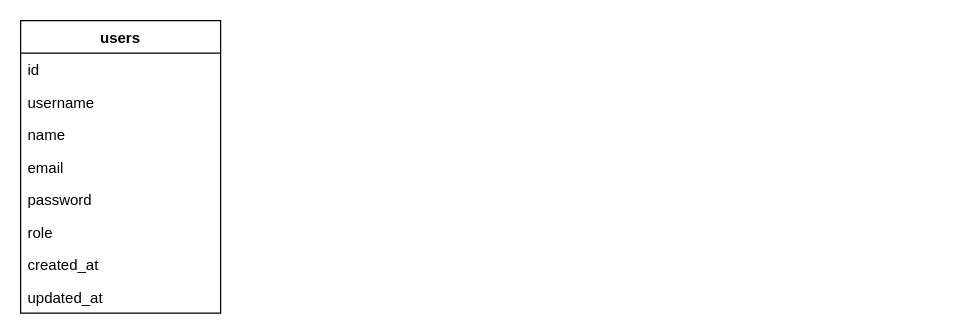
Before: musikpedia.drawio in andrinur13/express-mongo-api, a draw.io diagram. Source tidied: cells renumbered, new cells numbered last; positions are measured from the earlier drawing's top-left corner, leaving out a move shared by most shapes. Both pictures are drawn from the tidied source at 125%, with x=0, y=0 at pixel (20, 20).
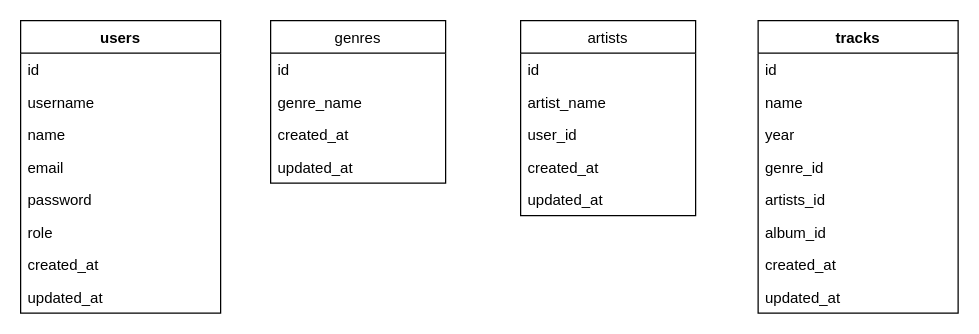
The same diagram, later.

Commit message (it also covers changes not shown here):
bingung di user relasinya

Diff of the diagram source:
```diff
@@
+    <mxCell id="11" value="genres" style="swimlane;fontStyle=0;horizontal=1;startSize=26;fillColor=none;" parent="1" vertex="1">
+      <mxGeometry x="200" width="140" height="130" as="geometry" />
+    </mxCell>
+    <mxCell id="12" value="id" style="text;strokeColor=none;fillColor=none;align=left;verticalAlign=top;spacingLeft=4;spacingRight=4;overflow=hidden;" parent="11" vertex="1">
+      <mxGeometry y="26" width="140" height="26" as="geometry" />
+    </mxCell>
+    <mxCell id="13" value="genre_name" style="text;strokeColor=none;fillColor=none;align=left;verticalAlign=top;spacingLeft=4;spacingRight=4;overflow=hidden;" parent="11" vertex="1">
+      <mxGeometry y="52" width="140" height="26" as="geometry" />
+    </mxCell>
+    <mxCell id="14" value="created_at" style="text;strokeColor=none;fillColor=none;align=left;verticalAlign=top;spacingLeft=4;spacingRight=4;overflow=hidden;" parent="11" vertex="1">
+      <mxGeometry y="78" width="140" height="26" as="geometry" />
+    </mxCell>
+    <mxCell id="15" value="updated_at" style="text;strokeColor=none;fillColor=none;align=left;verticalAlign=top;spacingLeft=4;spacingRight=4;overflow=hidden;" parent="11" vertex="1">
+      <mxGeometry y="104" width="140" height="26" as="geometry" />
+    </mxCell>
+    <mxCell id="16" value="artists" style="swimlane;fontStyle=0;horizontal=1;startSize=26;fillColor=none;" parent="1" vertex="1">
+      <mxGeometry x="400" width="140" height="156" as="geometry" />
+    </mxCell>
+    <mxCell id="17" value="id" style="text;strokeColor=none;fillColor=none;align=left;verticalAlign=top;spacingLeft=4;spacingRight=4;overflow=hidden;" parent="16" vertex="1">
+      <mxGeometry y="26" width="140" height="26" as="geometry" />
+    </mxCell>
+    <mxCell id="18" value="artist_name" style="text;strokeColor=none;fillColor=none;align=left;verticalAlign=top;spacingLeft=4;spacingRight=4;overflow=hidden;" parent="16" vertex="1">
+      <mxGeometry y="52" width="140" height="26" as="geometry" />
+    </mxCell>
+    <mxCell id="19" value="user_id" style="text;strokeColor=none;fillColor=none;align=left;verticalAlign=top;spacingLeft=4;spacingRight=4;overflow=hidden;" parent="16" vertex="1">
+      <mxGeometry y="78" width="140" height="26" as="geometry" />
+    </mxCell>
+    <mxCell id="20" value="created_at" style="text;strokeColor=none;fillColor=none;align=left;verticalAlign=top;spacingLeft=4;spacingRight=4;overflow=hidden;" parent="16" vertex="1">
+      <mxGeometry y="104" width="140" height="26" as="geometry" />
+    </mxCell>
+    <mxCell id="21" value="updated_at" style="text;strokeColor=none;fillColor=none;align=left;verticalAlign=top;spacingLeft=4;spacingRight=4;overflow=hidden;" parent="16" vertex="1">
+      <mxGeometry y="130" width="140" height="26" as="geometry" />
+    </mxCell>
+    <mxCell id="22" value="tracks" style="swimlane;fontStyle=1;align=center;verticalAlign=top;horizontal=1;startSize=26;" parent="1" vertex="1">
+      <mxGeometry x="590" width="160" height="234" as="geometry" />
+    </mxCell>
+    <mxCell id="23" value="id" style="text;strokeColor=none;fillColor=none;align=left;verticalAlign=top;spacingLeft=4;spacingRight=4;overflow=hidden;" parent="22" vertex="1">
+      <mxGeometry y="26" width="160" height="26" as="geometry" />
+    </mxCell>
+    <mxCell id="24" value="name" style="text;strokeColor=none;fillColor=none;align=left;verticalAlign=top;spacingLeft=4;spacingRight=4;overflow=hidden;" parent="22" vertex="1">
+      <mxGeometry y="52" width="160" height="26" as="geometry" />
+    </mxCell>
+    <mxCell id="25" value="year" style="text;strokeColor=none;fillColor=none;align=left;verticalAlign=top;spacingLeft=4;spacingRight=4;overflow=hidden;" parent="22" vertex="1">
+      <mxGeometry y="78" width="160" height="26" as="geometry" />
+    </mxCell>
+    <mxCell id="26" value="genre_id" style="text;strokeColor=none;fillColor=none;align=left;verticalAlign=top;spacingLeft=4;spacingRight=4;overflow=hidden;" parent="22" vertex="1">
+      <mxGeometry y="104" width="160" height="26" as="geometry" />
+    </mxCell>
+    <mxCell id="27" value="artists_id" style="text;strokeColor=none;fillColor=none;align=left;verticalAlign=top;spacingLeft=4;spacingRight=4;overflow=hidden;" parent="22" vertex="1">
+      <mxGeometry y="130" width="160" height="26" as="geometry" />
+    </mxCell>
+    <mxCell id="28" value="album_id" style="text;strokeColor=none;fillColor=none;align=left;verticalAlign=top;spacingLeft=4;spacingRight=4;overflow=hidden;" parent="22" vertex="1">
+      <mxGeometry y="156" width="160" height="26" as="geometry" />
+    </mxCell>
+    <mxCell id="29" value="created_at" style="text;strokeColor=none;fillColor=none;align=left;verticalAlign=top;spacingLeft=4;spacingRight=4;overflow=hidden;" parent="22" vertex="1">
+      <mxGeometry y="182" width="160" height="26" as="geometry" />
+    </mxCell>
+    <mxCell id="30" value="updated_at" style="text;strokeColor=none;fillColor=none;align=left;verticalAlign=top;spacingLeft=4;spacingRight=4;overflow=hidden;" parent="22" vertex="1">
+      <mxGeometry y="208" width="160" height="26" as="geometry" />
+    </mxCell>
```
